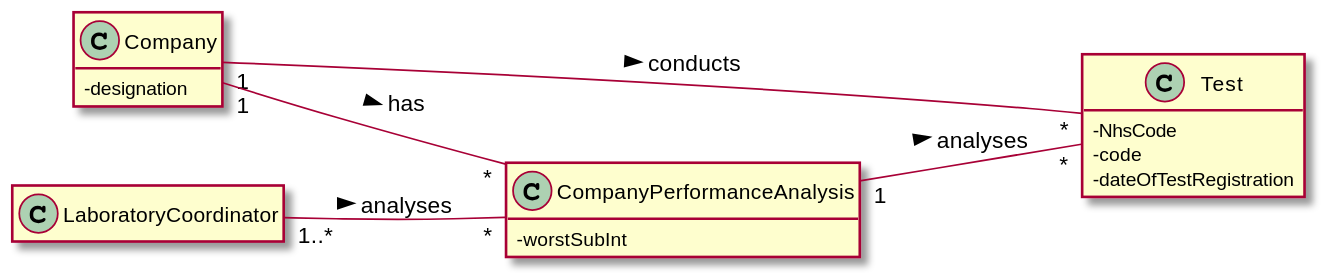
ana-albergaria/LAPR2-ISEP keeps this PlantUML diagram as docs/SprintD/US_16/US016_DM.svg. Above is the earlier version.
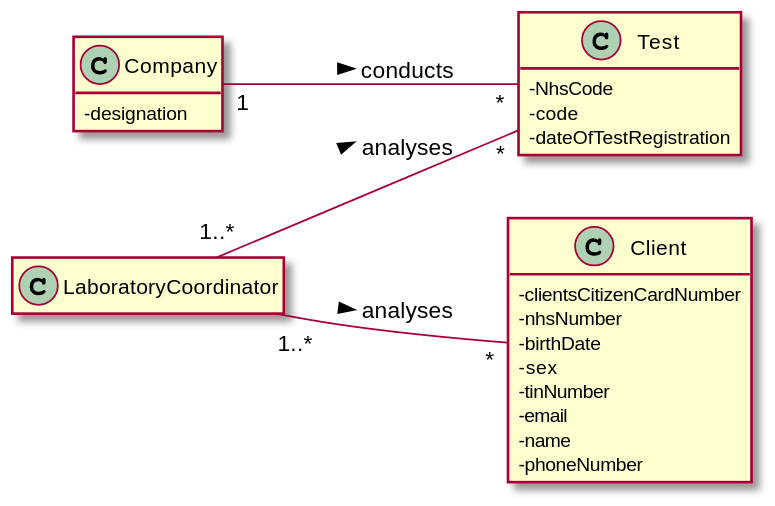
Above is the later version.

Diff of the diagram source:
```diff
@@ -15,16 +15,22 @@
 - dateOfTestRegistration
 }
 
+class Client{
+- clientsCitizenCardNumber
+- nhsNumber
+- birthDate
+- sex
+- tinNumber
+- email
+- name
+- phoneNumber
+}
+
 class LaboratoryCoordinator{
 }
 
-class CompanyPerformanceAnalysis{
-- worstSubInt
-}
-
 Company "1" -- "*" Test : conducts >
-LaboratoryCoordinator "1..*" -- "*" CompanyPerformanceAnalysis : analyses >
-Company "1" -- "*" CompanyPerformanceAnalysis : has >
-CompanyPerformanceAnalysis "1" -- "*" Test : analyses >
+LaboratoryCoordinator "1..*" -- "*" Test : analyses >
+LaboratoryCoordinator "1..*" -- "*" Client : analyses >
 
 @enduml
```
